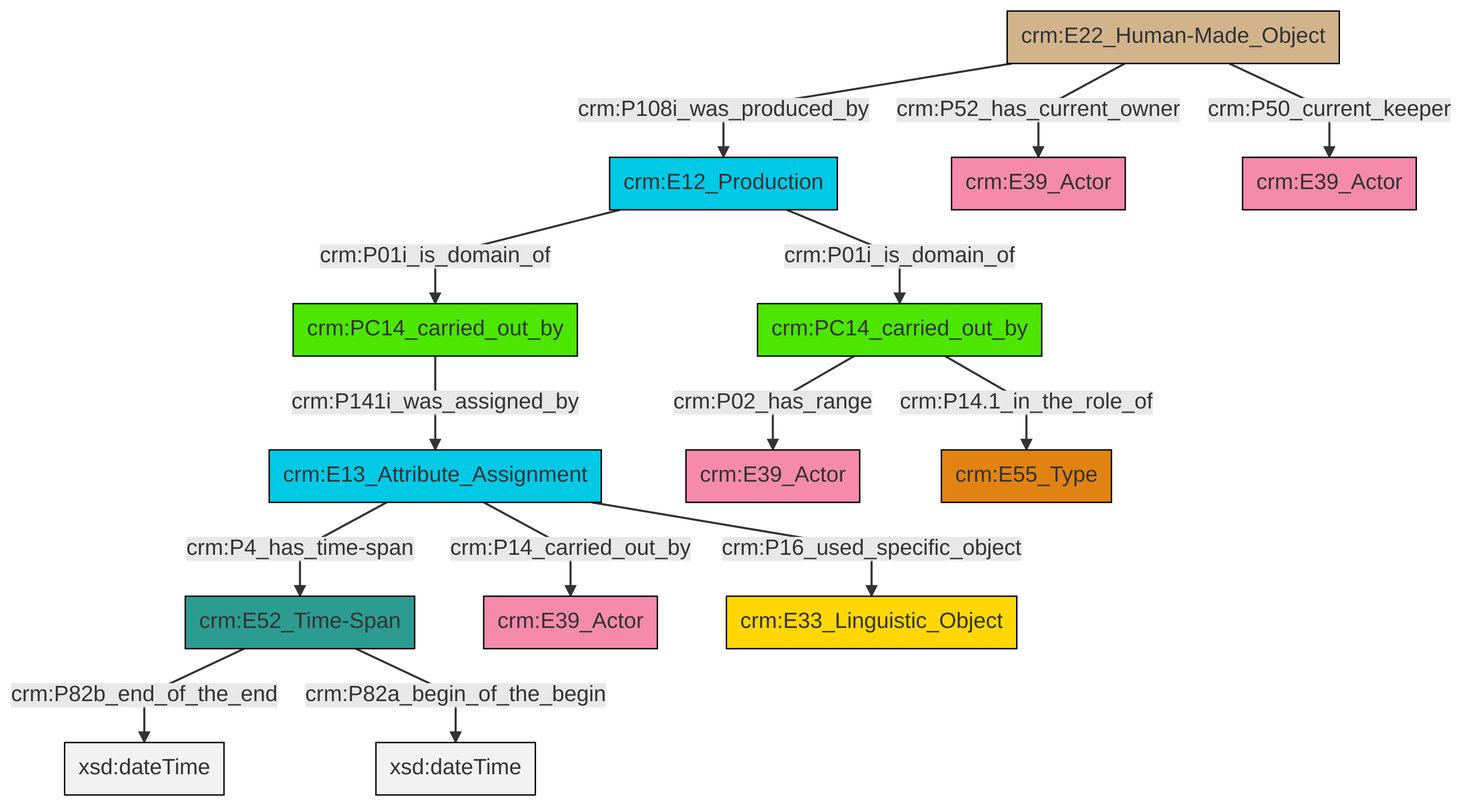
This is et/carrierCSV/ttl/mmd/png/carrier_relations.png from swiss-art-research-net/docs.swissartresearch, a Mermaid export, as it was before one commit. Its source is kept beside it as et/carrierCSV/ttl/mmd/carrier_relations.ttl.mmd.
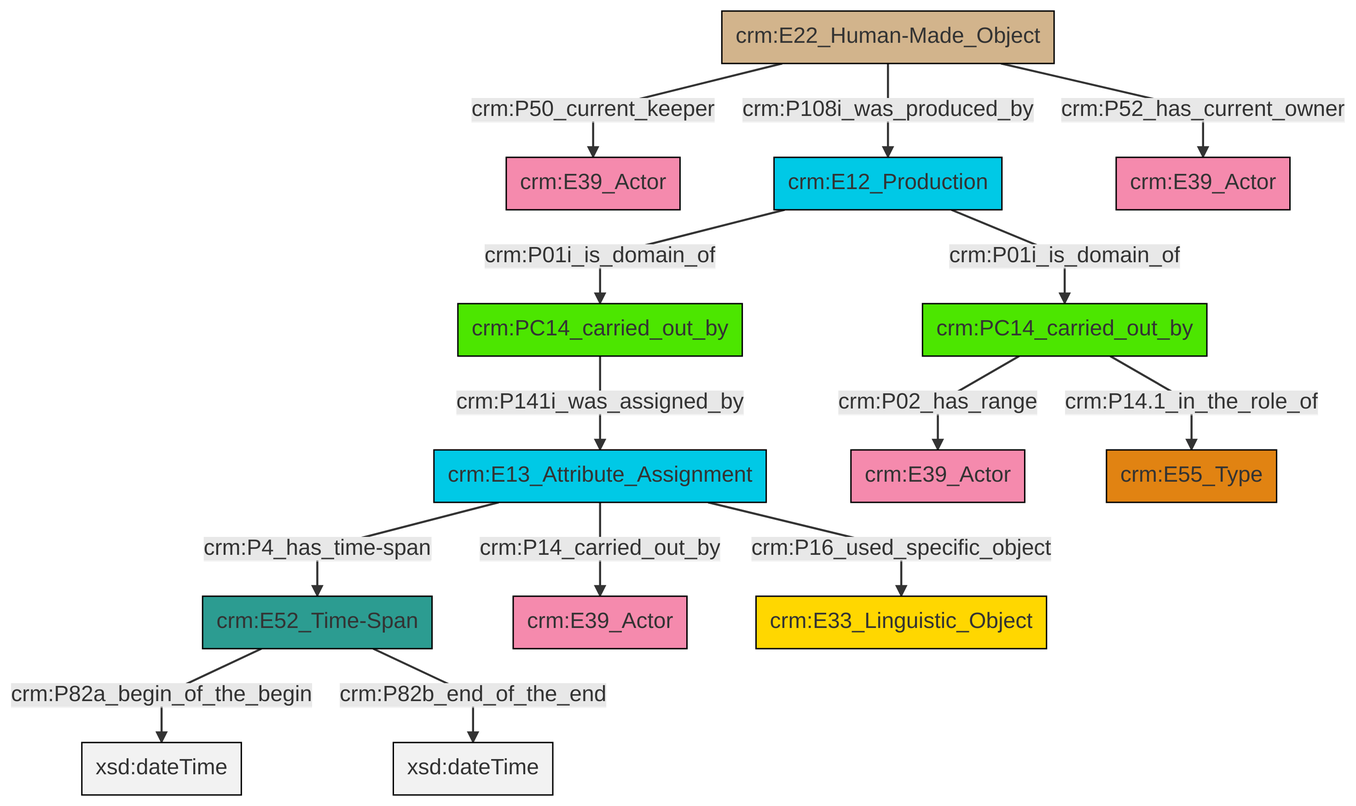
The same file after the commit.

Diff of the diagram source:
```diff
@@ -13,16 +13,16 @@
 classDef PC_Classes fill:#4ce600, stroke:#000000;
 classDef Multi fill:#cccccc,stroke:#000000;
 
-2["crm:E52_Time-Span"]:::Time-Span -->|crm:P82b_end_of_the_end| 3[xsd:dateTime]:::Literal
-8["crm:E22_Human-Made_Object"]:::Physical_Thing -->|crm:P108i_was_produced_by| 9["crm:E12_Production"]:::Temporal_Entity
-9["crm:E12_Production"]:::Temporal_Entity -->|crm:P01i_is_domain_of| 15["crm:PC14_carried_out_by"]:::PC_Classes
-6["crm:E13_Attribute_Assignment"]:::Temporal_Entity -->|crm:P4_has_time-span| 2["crm:E52_Time-Span"]:::Time-Span
-6["crm:E13_Attribute_Assignment"]:::Temporal_Entity -->|crm:P14_carried_out_by| 16["crm:E39_Actor"]:::Actor
-8["crm:E22_Human-Made_Object"]:::Physical_Thing -->|crm:P52_has_current_owner| 11["crm:E39_Actor"]:::Actor
-2["crm:E52_Time-Span"]:::Time-Span -->|crm:P82a_begin_of_the_begin| 23[xsd:dateTime]:::Literal
-9["crm:E12_Production"]:::Temporal_Entity -->|crm:P01i_is_domain_of| 0["crm:PC14_carried_out_by"]:::PC_Classes
-15["crm:PC14_carried_out_by"]:::PC_Classes -->|crm:P141i_was_assigned_by| 6["crm:E13_Attribute_Assignment"]:::Temporal_Entity
-0["crm:PC14_carried_out_by"]:::PC_Classes -->|crm:P02_has_range| 4["crm:E39_Actor"]:::Actor
-8["crm:E22_Human-Made_Object"]:::Physical_Thing -->|crm:P50_current_keeper| 13["crm:E39_Actor"]:::Actor
-6["crm:E13_Attribute_Assignment"]:::Temporal_Entity -->|crm:P16_used_specific_object| 19["crm:E33_Linguistic_Object"]:::Conceptual_Object
-0["crm:PC14_carried_out_by"]:::PC_Classes -->|crm:P14.1_in_the_role_of| 21["crm:E55_Type"]:::Type
+0["crm:E22_Human-Made_Object"]:::Physical_Thing -->|crm:P50_current_keeper| 1["crm:E39_Actor"]:::Actor
+0["crm:E22_Human-Made_Object"]:::Physical_Thing -->|crm:P108i_was_produced_by| 2["crm:E12_Production"]:::Temporal_Entity
+3["crm:E52_Time-Span"]:::Time-Span -->|crm:P82a_begin_of_the_begin| 4[xsd:dateTime]:::Literal
+7["crm:PC14_carried_out_by"]:::PC_Classes -->|crm:P141i_was_assigned_by| 8["crm:E13_Attribute_Assignment"]:::Temporal_Entity
+2["crm:E12_Production"]:::Temporal_Entity -->|crm:P01i_is_domain_of| 7["crm:PC14_carried_out_by"]:::PC_Classes
+2["crm:E12_Production"]:::Temporal_Entity -->|crm:P01i_is_domain_of| 5["crm:PC14_carried_out_by"]:::PC_Classes
+5["crm:PC14_carried_out_by"]:::PC_Classes -->|crm:P02_has_range| 12["crm:E39_Actor"]:::Actor
+8["crm:E13_Attribute_Assignment"]:::Temporal_Entity -->|crm:P14_carried_out_by| 9["crm:E39_Actor"]:::Actor
+8["crm:E13_Attribute_Assignment"]:::Temporal_Entity -->|crm:P4_has_time-span| 3["crm:E52_Time-Span"]:::Time-Span
+8["crm:E13_Attribute_Assignment"]:::Temporal_Entity -->|crm:P16_used_specific_object| 14["crm:E33_Linguistic_Object"]:::Conceptual_Object
+5["crm:PC14_carried_out_by"]:::PC_Classes -->|crm:P14.1_in_the_role_of| 21["crm:E55_Type"]:::Type
+3["crm:E52_Time-Span"]:::Time-Span -->|crm:P82b_end_of_the_end| 23[xsd:dateTime]:::Literal
+0["crm:E22_Human-Made_Object"]:::Physical_Thing -->|crm:P52_has_current_owner| 18["crm:E39_Actor"]:::Actor
```
